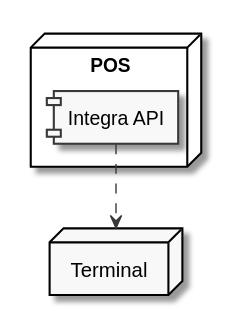
Above: source/images/architecture.svg in Lzgpom/integra-slate (PlantUML), before the change.
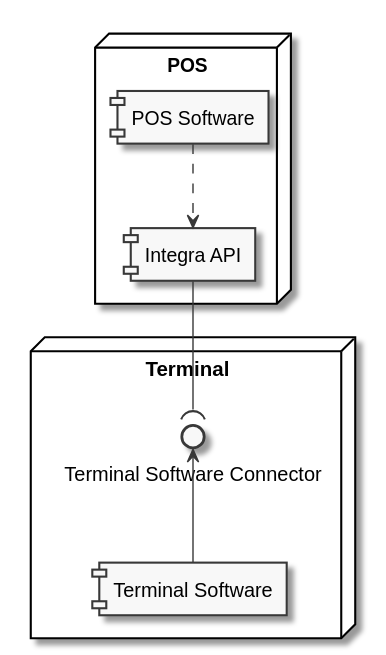
After the commit.

The edit, as a diff of the source:
```diff
@@ -2,9 +2,18 @@
 skinparam monochrome true
 
 node POS {
+  component "POS Software" as main
   component "Integra API" as api
+
+  main .down.> api
 }
 
-node Terminal
-api .down.> Terminal
+node Terminal {
+  component "Terminal Software" as term
+  interface "Terminal Software Connector" as connector
+   term -up-> connector
+ }
+
+api -down-( connector
+
 @enduml
```
